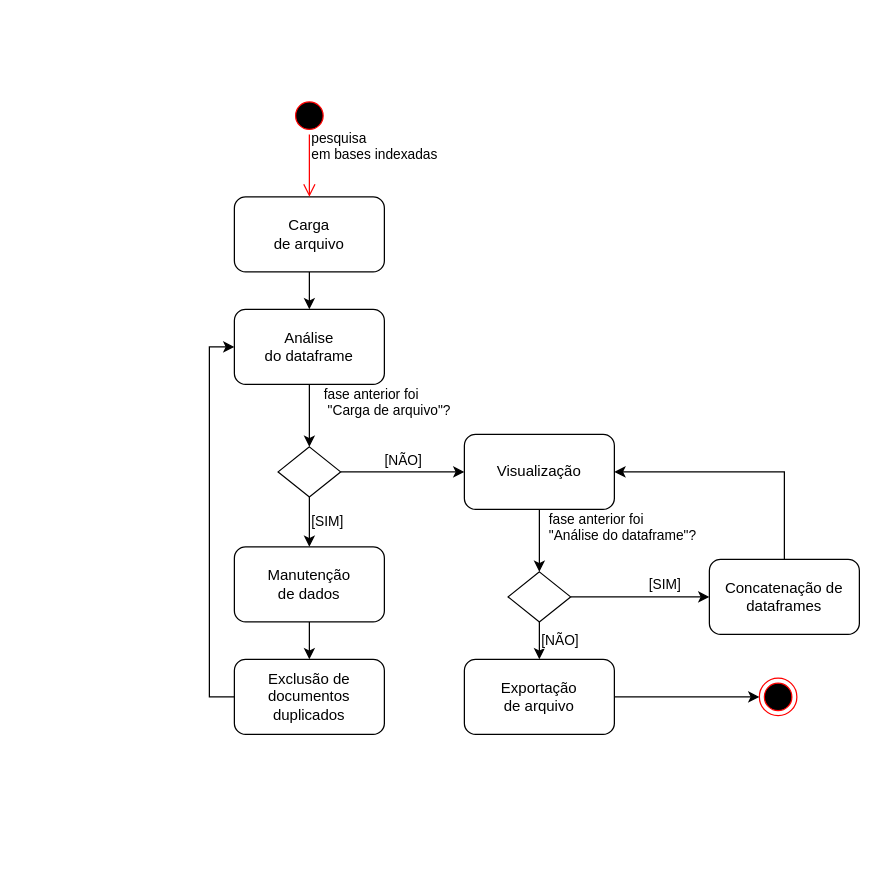
LuizPerciliano/Evento-Adverso-com-Metamap-e-Twitter-com-Portugues-Brasil keeps this draw.io diagram as page "Page-1" (1 of 2) of apps/app-Dissertacao/data/fluxos-processos.drawio. Above is the earlier version. Source tidied: cells renumbered, new cells numbered last; positions are measured from the earlier drawing's top-left corner, leaving out a move shared by most shapes. Both pictures are drawn from the tidied source at 125%, with x=0, y=0 at pixel (209, 96).
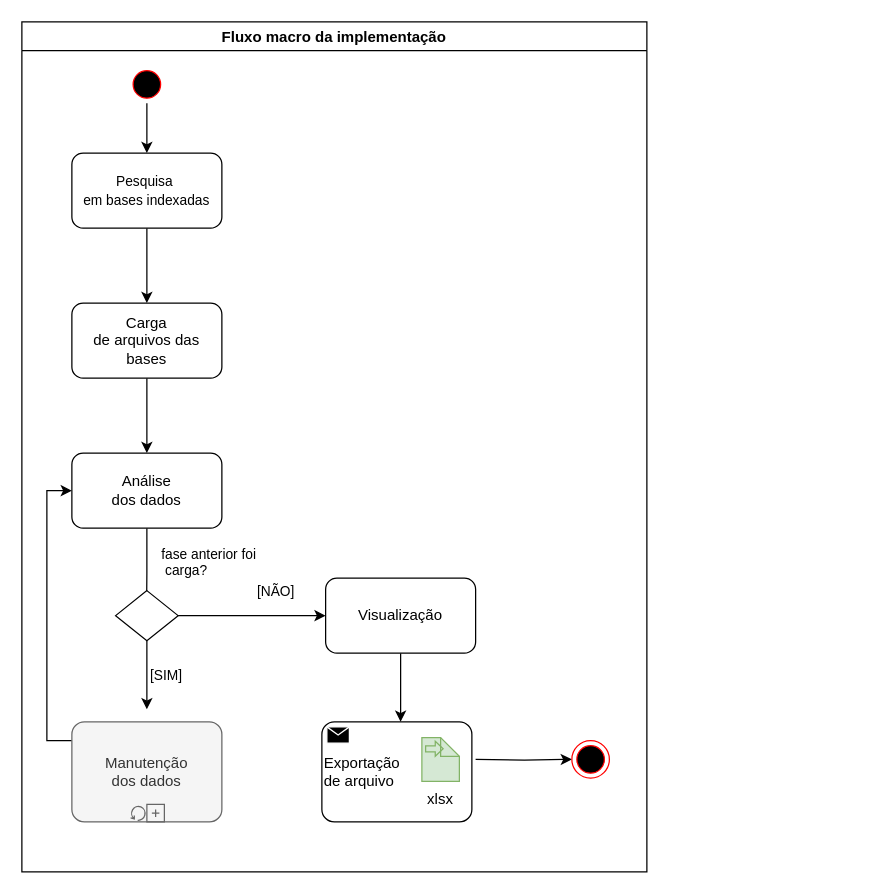
The same page after the edit.

The edit, as a diff of the source:
```diff
@@
-    <mxCell id="3" value="Carga &lt;br&gt;de arquivo" style="rounded=1;whiteSpace=wrap;html=1;" parent="1" vertex="1">
-      <mxGeometry x="20" y="80" width="120" height="60" as="geometry" />
+    <mxCell id="3" value="Carga &lt;br&gt;de arquivos das bases" style="rounded=1;whiteSpace=wrap;html=1;" parent="1" vertex="1">
+      <mxGeometry x="-110" y="165" width="120" height="60" as="geometry" />
     </mxCell>
-    <mxCell id="4" value="fase anterior foi&lt;br&gt;&amp;nbsp;&quot;Carga de arquivo&quot;?" style="edgeStyle=orthogonalEdgeStyle;rounded=0;jettySize=auto;html=1;labelPosition=right;verticalLabelPosition=top;align=left;verticalAlign=bottom;" parent="1" edge="1" source="5" target="16">
-      <mxGeometry x="0.2" y="10" relative="1" as="geometry" />
+    <mxCell id="4" value="fase anterior foi&lt;br&gt;&amp;nbsp;carga?" style="edgeStyle=orthogonalEdgeStyle;rounded=0;jettySize=auto;html=1;labelPosition=right;verticalLabelPosition=top;align=left;verticalAlign=bottom;" parent="1" edge="1" source="5">
+      <mxGeometry x="0.2" y="10" relative="1" as="geometry">
+        <mxPoint x="-50.3" y="417" as="targetPoint" />
+      </mxGeometry>
     </mxCell>
-    <mxCell id="5" value="Análise &lt;br&gt;do dataframe" style="rounded=1;whiteSpace=wrap;html=1;" parent="1" vertex="1">
-      <mxGeometry x="20" y="170" width="120" height="60" as="geometry" />
+    <mxCell id="5" value="Análise &lt;br&gt;dos dados" style="rounded=1;whiteSpace=wrap;html=1;" parent="1" vertex="1">
+      <mxGeometry x="-110" y="285" width="120" height="60" as="geometry" />
     </mxCell>
+    <mxCell id="25" style="edgeStyle=orthogonalEdgeStyle;rounded=0;jettySize=auto;html=1;entryX=0.5;entryY=0;entryDx=0;entryDy=0;" parent="1" edge="1" source="6">
+      <mxGeometry relative="1" as="geometry">
+        <mxPoint x="153" y="500" as="targetPoint" />
+      </mxGeometry>
+    </mxCell>
     <mxCell id="6" value="Visualização &lt;br&gt;" style="rounded=1;whiteSpace=wrap;html=1;" parent="1" vertex="1">
-      <mxGeometry x="204" y="270" width="120" height="60" as="geometry" />
+      <mxGeometry x="93" y="385" width="120" height="60" as="geometry" />
     </mxCell>
+    <mxCell id="26" style="edgeStyle=orthogonalEdgeStyle;rounded=0;jettySize=auto;html=1;" parent="1" edge="1" source="7" target="29">
+      <mxGeometry relative="1" as="geometry" />
+    </mxCell>
     <mxCell id="7" style="ellipse;html=1;shape=startState;fillColor=#000000;strokeColor=#ff0000;" parent="1" vertex="1">
-      <mxGeometry x="65" width="30" height="30" as="geometry" />
+      <mxGeometry x="-65" y="-25" width="30" height="30" as="geometry" />
     </mxCell>
-    <mxCell id="8" value="pesquisa&amp;nbsp;&lt;br&gt;em bases indexadas" style="edgeStyle=orthogonalEdgeStyle;html=1;verticalAlign=bottom;endArrow=open;endSize=8;strokeColor=#ff0000;rounded=0;entryX=0.5;entryY=0;entryDx=0;entryDy=0;labelPosition=right;verticalLabelPosition=top;align=left;" parent="1" edge="1" source="7" target="3">
-      <mxGeometry relative="1" as="geometry" />
-    </mxCell>
-    <mxCell id="9" style="ellipse;html=1;shape=endState;fillColor=#000000;strokeColor=#ff0000;" parent="1" vertex="1">
-      <mxGeometry x="440" y="465" width="30" height="30" as="geometry" />
-    </mxCell>
-    <mxCell id="10" style="edgeStyle=orthogonalEdgeStyle;rounded=0;jettySize=auto;html=1;" parent="1" edge="1" source="11" target="13">
-      <mxGeometry relative="1" as="geometry" />
-    </mxCell>
-    <mxCell id="11" value="Manutenção &lt;br&gt;de dados" style="rounded=1;whiteSpace=wrap;html=1;" parent="1" vertex="1">
-      <mxGeometry x="20" y="360" width="120" height="60" as="geometry" />
-    </mxCell>
-    <mxCell id="12" style="edgeStyle=orthogonalEdgeStyle;rounded=0;jettySize=auto;html=1;entryX=0;entryY=0.5;entryDx=0;entryDy=0;" parent="1" edge="1" source="13" target="5">
-      <mxGeometry relative="1" as="geometry">
-        <Array as="points">
-          <mxPoint y="480" />
-          <mxPoint y="200" />
-        </Array>
-      </mxGeometry>
-    </mxCell>
-    <mxCell id="13" value="Exclusão de documentos duplicados" style="rounded=1;whiteSpace=wrap;html=1;" parent="1" vertex="1">
-      <mxGeometry x="20" y="450" width="120" height="60" as="geometry" />
-    </mxCell>
+    <mxCell id="27" style="edgeStyle=orthogonalEdgeStyle;rounded=0;jettySize=auto;html=1;entryX=0;entryY=0.5;entryDx=0;entryDy=0;" parent="1" edge="1" target="5">
+      <mxGeometry relative="1" as="geometry">
+        <mxPoint x="-110" y="515" as="sourcePoint" />
+        <Array as="points">
+          <mxPoint x="-130" y="515" />
+          <mxPoint x="-130" y="315" />
+        </Array>
+      </mxGeometry>
+    </mxCell>
-    <mxCell id="14" value="[SIM]" style="edgeStyle=orthogonalEdgeStyle;rounded=0;jettySize=auto;html=1;labelPosition=right;verticalLabelPosition=middle;align=left;verticalAlign=middle;textDirection=ltr;" parent="1" edge="1" source="16" target="11">
-      <mxGeometry relative="1" as="geometry" />
+    <mxCell id="14" value="[SIM]" style="edgeStyle=orthogonalEdgeStyle;rounded=0;jettySize=auto;html=1;labelPosition=right;verticalLabelPosition=middle;align=left;verticalAlign=middle;textDirection=ltr;" parent="1" edge="1" source="16">
+      <mxGeometry relative="1" as="geometry">
+        <mxPoint x="-50" y="490" as="targetPoint" />
+      </mxGeometry>
     </mxCell>
     <mxCell id="15" value="[NÃO]" style="edgeStyle=orthogonalEdgeStyle;rounded=0;jettySize=auto;html=1;labelPosition=center;verticalLabelPosition=top;align=center;verticalAlign=bottom;" parent="1" edge="1" source="16" target="6">
-      <mxGeometry relative="1" as="geometry" />
+      <mxGeometry x="0.33" y="10" relative="1" as="geometry" />
     </mxCell>
     <mxCell id="16" style="shape=rhombus;perimeter=rhombusPerimeter;whiteSpace=wrap;html=1;align=center;" parent="1" vertex="1">
-      <mxGeometry x="55" y="280" width="50" height="40" as="geometry" />
+      <mxGeometry x="-75" y="395" width="50" height="40" as="geometry" />
     </mxCell>
-    <mxCell id="17" style="edgeStyle=orthogonalEdgeStyle;rounded=0;jettySize=auto;html=1;entryX=1;entryY=0.5;entryDx=0;entryDy=0;" parent="1" edge="1" source="18" target="6">
-      <mxGeometry relative="1" as="geometry">
-        <Array as="points">
-          <mxPoint x="460" y="300" />
-        </Array>
-      </mxGeometry>
-    </mxCell>
-    <mxCell id="18" value="Concatenação de dataframes" style="rounded=1;whiteSpace=wrap;html=1;" parent="1" vertex="1">
-      <mxGeometry x="400" y="370" width="120" height="60" as="geometry" />
-    </mxCell>
-    <mxCell id="19" value="fase anterior foi &lt;br&gt;&quot;Análise do dataframe&quot;?&amp;nbsp;" style="edgeStyle=orthogonalEdgeStyle;rounded=0;jettySize=auto;html=1;exitX=0.5;exitY=1;exitDx=0;exitDy=0;labelPosition=right;verticalLabelPosition=top;align=left;verticalAlign=bottom;" parent="1" edge="1" source="6" target="22">
-      <mxGeometry x="0.2" y="6" relative="1" as="geometry">
-        <Array as="points">
-          <mxPoint x="264" y="350" />
-          <mxPoint x="264" y="350" />
-        </Array>
-      </mxGeometry>
-    </mxCell>
-    <mxCell id="20" value="[SIM]" style="edgeStyle=orthogonalEdgeStyle;rounded=0;jettySize=auto;html=1;labelPosition=right;verticalLabelPosition=middle;align=left;verticalAlign=middle;textDirection=ltr;entryX=0;entryY=0.5;entryDx=0;entryDy=0;" parent="1" edge="1" source="22" target="18">
-      <mxGeometry x="0.1" y="10" relative="1" as="geometry" />
-    </mxCell>
-    <mxCell id="21" value="[NÃO]" style="edgeStyle=orthogonalEdgeStyle;rounded=0;jettySize=auto;html=1;labelPosition=right;verticalLabelPosition=middle;align=left;verticalAlign=middle;" parent="1" edge="1" source="22" target="24">
-      <mxGeometry relative="1" as="geometry" />
-    </mxCell>
-    <mxCell id="22" style="shape=rhombus;perimeter=rhombusPerimeter;whiteSpace=wrap;html=1;align=center;" parent="1" vertex="1">
-      <mxGeometry x="239" y="380" width="50" height="40" as="geometry" />
-    </mxCell>
-    <mxCell id="23" style="edgeStyle=orthogonalEdgeStyle;rounded=0;jettySize=auto;html=1;entryX=0;entryY=0.5;entryDx=0;entryDy=0;" parent="1" edge="1" source="24" target="9">
-      <mxGeometry relative="1" as="geometry" />
+    <mxCell id="23" style="edgeStyle=orthogonalEdgeStyle;rounded=0;jettySize=auto;html=1;entryX=0;entryY=0.5;entryDx=0;entryDy=0;" parent="1" edge="1" target="9">
+      <mxGeometry relative="1" as="geometry">
+        <mxPoint x="213" y="530" as="sourcePoint" />
+      </mxGeometry>
     </mxCell>
+    <mxCell id="28" style="edgeStyle=orthogonalEdgeStyle;rounded=0;jettySize=auto;html=1;entryX=0.5;entryY=0;entryDx=0;entryDy=0;" parent="1" edge="1" source="29" target="3">
+      <mxGeometry relative="1" as="geometry" />
+    </mxCell>
+    <mxCell id="29" value="&lt;span style=&quot;font-size: 11px; text-align: left; background-color: rgb(255, 255, 255);&quot;&gt;Pesquisa&amp;nbsp;&lt;/span&gt;&lt;br style=&quot;font-size: 11px; text-align: left;&quot;&gt;&lt;span style=&quot;font-size: 11px; text-align: left; background-color: rgb(255, 255, 255);&quot;&gt;em bases indexadas&lt;/span&gt;" style="rounded=1;whiteSpace=wrap;html=1;" parent="1" vertex="1">
+      <mxGeometry x="-110" y="45" width="120" height="60" as="geometry" />
+    </mxCell>
+    <mxCell id="30" value="Fluxo macro da implementação" style="swimlane;" parent="1" vertex="1">
+      <mxGeometry x="-150" y="-60" width="500" height="680" as="geometry" />
+    </mxCell>
+    <mxCell id="31" value="Manutenção&#10;dos dados" style="shape=mxgraph.bpmn.task;whiteSpace=wrap;rectStyle=rounded;size=10;taskMarker=abstract;isLoopStandard=1;isLoopSub=1;fillColor=#f5f5f5;fontColor=#333333;strokeColor=#666666;" parent="30" vertex="1">
+      <mxGeometry x="40" y="560" width="120" height="80" as="geometry" />
+    </mxCell>
-    <mxCell id="24" value="Exportação &lt;br&gt;de arquivo" style="rounded=1;whiteSpace=wrap;html=1;align=center;" parent="1" vertex="1">
-      <mxGeometry x="204" y="450" width="120" height="60" as="geometry" />
+    <mxCell id="24" value="Exportação&#10;de arquivo" style="points=[[0.25,0,0],[0.5,0,0],[0.75,0,0],[1,0.25,0],[1,0.5,0],[1,0.75,0],[0.75,1,0],[0.5,1,0],[0.25,1,0],[0,0.75,0],[0,0.5,0],[0,0.25,0]];shape=mxgraph.bpmn.task;whiteSpace=wrap;rectStyle=rounded;size=10;taskMarker=send;sketch=0;align=left;" parent="30" vertex="1">
+      <mxGeometry x="240" y="560" width="120" height="80" as="geometry" />
     </mxCell>
+    <mxCell id="32" value="xlsx" style="shape=mxgraph.bpmn.data;labelPosition=center;verticalLabelPosition=bottom;align=center;verticalAlign=top;whiteSpace=wrap;size=15;html=1;bpmnTransferType=input;fillColor=#d5e8d4;strokeColor=#82b366;" parent="30" vertex="1">
+      <mxGeometry x="320" y="572.5" width="30" height="35" as="geometry" />
+    </mxCell>
+    <mxCell id="9" style="ellipse;html=1;shape=endState;fillColor=#000000;strokeColor=#ff0000;" parent="30" vertex="1">
+      <mxGeometry x="440" y="575" width="30" height="30" as="geometry" />
+    </mxCell>
```
